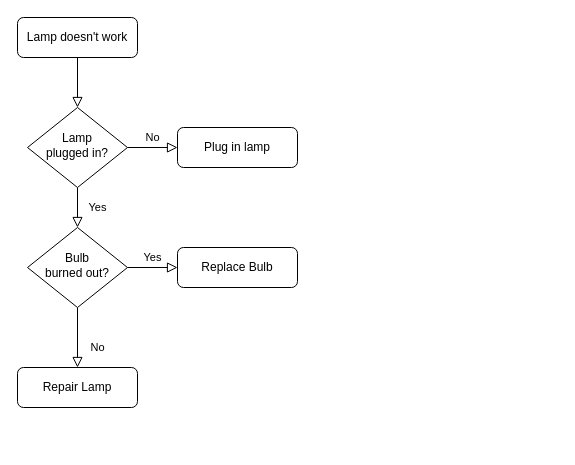
Earlier version of the draw.io diagram Untitled Diagram.drawio (reggaebass/pilar-test). Source tidied: cells renumbered, new cells numbered last; positions are measured from the earlier drawing's top-left corner, leaving out a move shared by most shapes. Both pictures are drawn from the tidied source at 100%, with x=0, y=0 at pixel (17, 17).
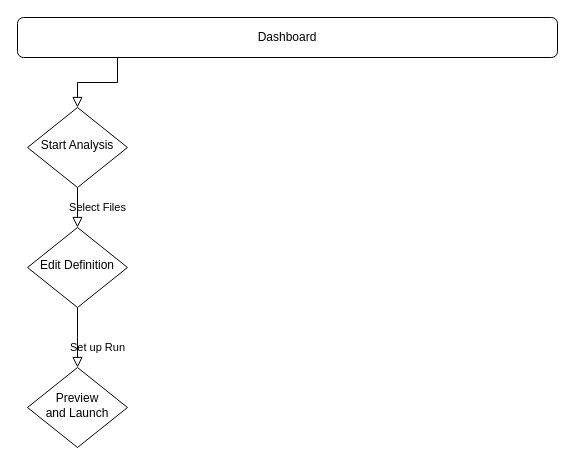
Above is the later version.

What changed in the source:
```diff
@@
 <mxGraphModel>
   <root>
     <mxCell id="0" />
     <mxCell id="1" parent="0" />
     <mxCell id="2" style="rounded=0;html=1;jettySize=auto;fontSize=11;endArrow=block;endFill=0;endSize=8;strokeWidth=1;shadow=0;labelBackgroundColor=none;edgeStyle=orthogonalEdgeStyle;" parent="1" edge="1" source="3" target="6">
-      <mxGeometry relative="1" as="geometry" />
+      <mxGeometry relative="1" as="geometry">
+        <Array as="points">
+          <mxPoint x="100" y="65" />
+          <mxPoint x="60" y="65" />
+        </Array>
+      </mxGeometry>
     </mxCell>
-    <mxCell id="3" value="Lamp doesn't work" style="rounded=1;whiteSpace=wrap;html=1;fontSize=12;glass=0;strokeWidth=1;shadow=0;" parent="1" vertex="1">
-      <mxGeometry width="120" height="40" as="geometry" />
+    <mxCell id="3" value="Dashboard" style="rounded=1;whiteSpace=wrap;html=1;fontSize=12;glass=0;strokeWidth=1;shadow=0;" parent="1" vertex="1">
+      <mxGeometry width="540" height="40" as="geometry" />
     </mxCell>
-    <mxCell id="4" value="Yes" style="rounded=0;html=1;jettySize=auto;fontSize=11;endArrow=block;endFill=0;endSize=8;strokeWidth=1;shadow=0;labelBackgroundColor=none;edgeStyle=orthogonalEdgeStyle;" parent="1" edge="1" source="6" target="10">
+    <mxCell id="4" value="Select Files" style="rounded=0;html=1;jettySize=auto;fontSize=11;endArrow=block;endFill=0;endSize=8;strokeWidth=1;shadow=0;labelBackgroundColor=none;edgeStyle=orthogonalEdgeStyle;" parent="1" edge="1" source="6" target="10">
       <mxGeometry y="20" relative="1" as="geometry" />
     </mxCell>
-    <mxCell id="5" value="No" style="edgeStyle=orthogonalEdgeStyle;rounded=0;html=1;jettySize=auto;fontSize=11;endArrow=block;endFill=0;endSize=8;strokeWidth=1;shadow=0;labelBackgroundColor=none;" parent="1" edge="1" source="6" target="7">
-      <mxGeometry y="10" relative="1" as="geometry" />
-    </mxCell>
-    <mxCell id="6" value="Lamp&lt;br&gt;plugged in?" style="rhombus;whiteSpace=wrap;html=1;shadow=0;fontFamily=Helvetica;fontSize=12;align=center;strokeWidth=1;spacing=6;spacingTop=-4;" parent="1" vertex="1">
+    <mxCell id="6" value="Start Analysis" style="rhombus;whiteSpace=wrap;html=1;shadow=0;fontFamily=Helvetica;fontSize=12;align=center;strokeWidth=1;spacing=6;spacingTop=-4;" parent="1" vertex="1">
       <mxGeometry x="10" y="90" width="100" height="80" as="geometry" />
     </mxCell>
-    <mxCell id="7" value="Plug in lamp" style="rounded=1;whiteSpace=wrap;html=1;fontSize=12;glass=0;strokeWidth=1;shadow=0;" parent="1" vertex="1">
-      <mxGeometry x="160" y="110" width="120" height="40" as="geometry" />
-    </mxCell>
-    <mxCell id="8" value="No" style="rounded=0;html=1;jettySize=auto;fontSize=11;endArrow=block;endFill=0;endSize=8;strokeWidth=1;shadow=0;labelBackgroundColor=none;edgeStyle=orthogonalEdgeStyle;" parent="1" edge="1" source="10" target="11">
-      <mxGeometry x="0.33" y="20" relative="1" as="geometry" />
+    <mxCell id="8" value="Set up Run" style="rounded=0;html=1;jettySize=auto;fontSize=11;endArrow=block;endFill=0;endSize=8;strokeWidth=1;shadow=0;labelBackgroundColor=none;edgeStyle=orthogonalEdgeStyle;" parent="1" edge="1" source="10">
+      <mxGeometry x="0.33" y="20" relative="1" as="geometry">
+        <mxPoint x="60" y="350" as="targetPoint" />
+      </mxGeometry>
     </mxCell>
-    <mxCell id="9" value="Yes" style="edgeStyle=orthogonalEdgeStyle;rounded=0;html=1;jettySize=auto;fontSize=11;endArrow=block;endFill=0;endSize=8;strokeWidth=1;shadow=0;labelBackgroundColor=none;" parent="1" edge="1" source="10" target="12">
-      <mxGeometry y="10" relative="1" as="geometry" />
-    </mxCell>
-    <mxCell id="10" value="Bulb&lt;br&gt;burned out?" style="rhombus;whiteSpace=wrap;html=1;shadow=0;fontFamily=Helvetica;fontSize=12;align=center;strokeWidth=1;spacing=6;spacingTop=-4;" parent="1" vertex="1">
+    <mxCell id="10" value="Edit Definition" style="rhombus;whiteSpace=wrap;html=1;shadow=0;fontFamily=Helvetica;fontSize=12;align=center;strokeWidth=1;spacing=6;spacingTop=-4;" parent="1" vertex="1">
       <mxGeometry x="10" y="210" width="100" height="80" as="geometry" />
     </mxCell>
-    <mxCell id="11" value="Repair Lamp" style="rounded=1;whiteSpace=wrap;html=1;fontSize=12;glass=0;strokeWidth=1;shadow=0;" parent="1" vertex="1">
-      <mxGeometry y="350" width="120" height="40" as="geometry" />
-    </mxCell>
-    <mxCell id="12" value="Replace Bulb" style="rounded=1;whiteSpace=wrap;html=1;fontSize=12;glass=0;strokeWidth=1;shadow=0;" parent="1" vertex="1">
-      <mxGeometry x="160" y="230" width="120" height="40" as="geometry" />
-    </mxCell>
+    <mxCell id="13" value="Preview&lt;br&gt;and Launch" style="rhombus;whiteSpace=wrap;html=1;shadow=0;fontFamily=Helvetica;fontSize=12;align=center;strokeWidth=1;spacing=6;spacingTop=-4;" parent="1" vertex="1">
+      <mxGeometry x="10" y="350" width="100" height="80" as="geometry" />
+    </mxCell>
   </root>
 </mxGraphModel>
```
